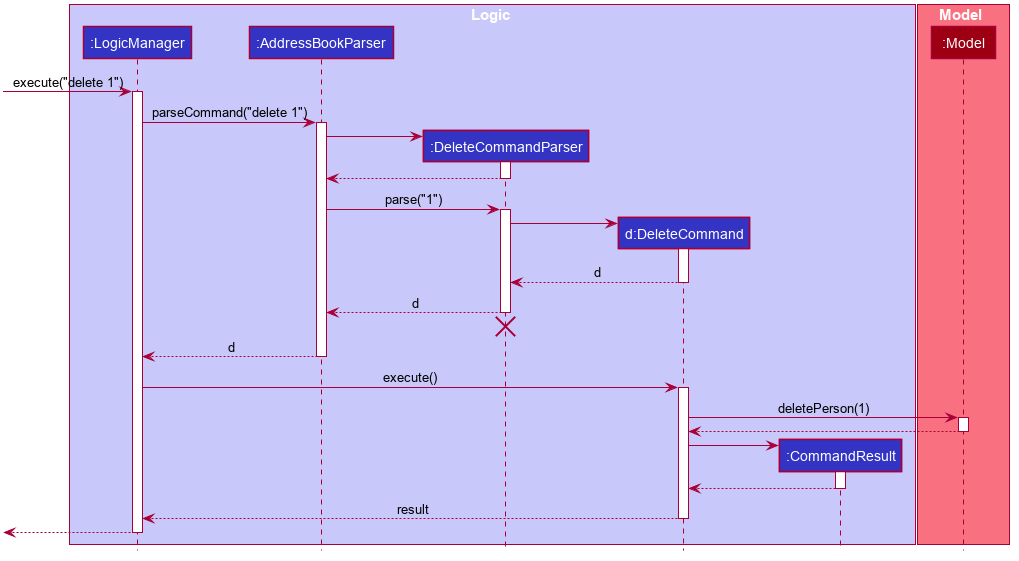
nus-cs2103-AY2021S2/tp keeps this PlantUML diagram as docs/images/DeleteSequenceDiagram.png. Above is the earlier version.
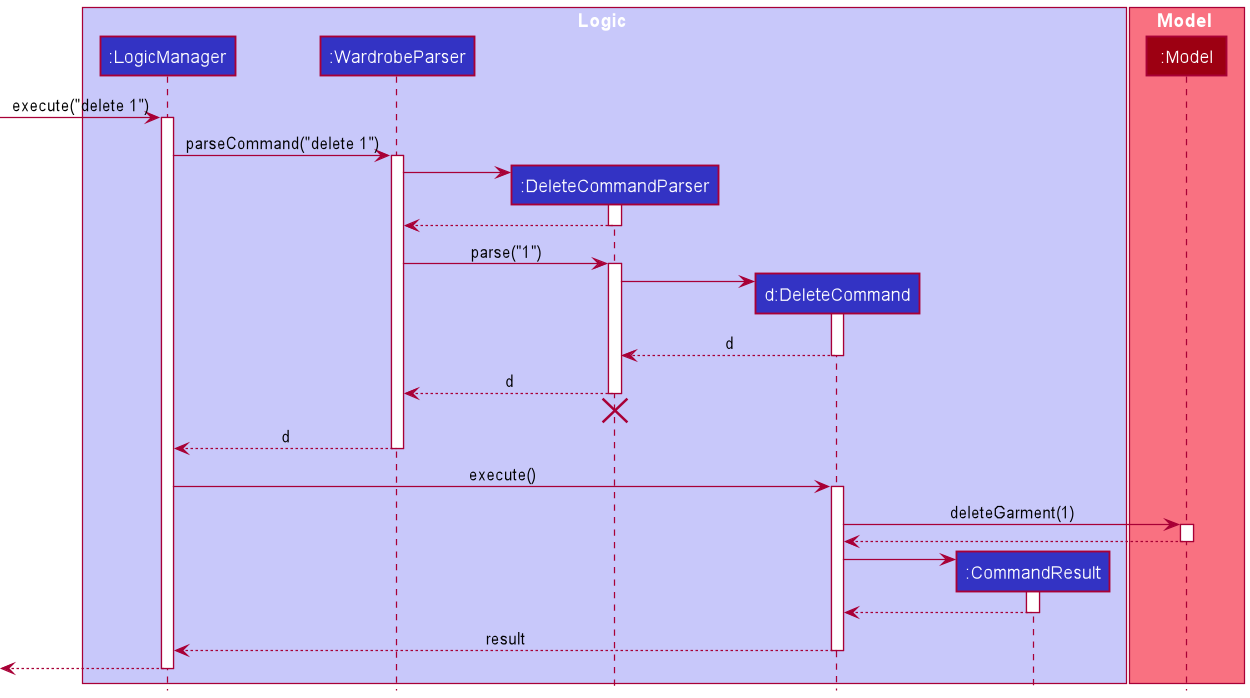
Above is the later version.

Diff of the diagram source:
```diff
@@ -1,79 +1,32 @@
 @startuml
+!include style.puml
 
-
-
-
-
-
-
-
-skinparam BackgroundColor #FFFFFFF
-
-skinparam Shadowing false
-
-skinparam Class {
-    FontColor #FFFFFF
-    BorderThickness 1
-    BorderColor #FFFFFF
-    StereotypeFontColor #FFFFFF
-    FontName Arial
-}
-
-skinparam Actor {
-    BorderColor #000000
-    Color #000000
-    FontName Arial
-}
-
-skinparam Sequence {
-    MessageAlign center
-    BoxFontSize 15
-    BoxPadding 0
-    BoxFontColor #FFFFFF
-    FontName Arial
-}
-
-skinparam Participant {
-    FontColor #FFFFFFF
-    Padding 20
-}
-
-skinparam MinClassWidth 50
-skinparam ParticipantPadding 10
-skinparam Shadowing false
-skinparam DefaultTextAlignment center
-skinparam packageStyle Rectangle
-
-hide footbox
-hide members
-hide circle
-
-box Logic #C8C8FA
-participant ":LogicManager" as LogicManager #3333C4
-participant ":AddressBookParser" as AddressBookParser #3333C4
-participant ":DeleteCommandParser" as DeleteCommandParser #3333C4
-participant "d:DeleteCommand" as DeleteCommand #3333C4
-participant ":CommandResult" as CommandResult #3333C4
+box Logic LOGIC_COLOR_T1
+participant ":LogicManager" as LogicManager LOGIC_COLOR
+participant ":WardrobeParser" as WardrobeParser LOGIC_COLOR
+participant ":DeleteCommandParser" as DeleteCommandParser LOGIC_COLOR
+participant "d:DeleteCommand" as DeleteCommand LOGIC_COLOR
+participant ":CommandResult" as CommandResult LOGIC_COLOR
 end box
 
-box Model #F97181
-participant ":Model" as Model #9D0012
+box Model MODEL_COLOR_T1
+participant ":Model" as Model MODEL_COLOR
 end box
 
 [-> LogicManager : execute("delete 1")
 activate LogicManager
 
-LogicManager -> AddressBookParser : parseCommand("delete 1")
-activate AddressBookParser
+LogicManager -> WardrobeParser : parseCommand("delete 1")
+activate WardrobeParser
 
 create DeleteCommandParser
-AddressBookParser -> DeleteCommandParser
+WardrobeParser -> DeleteCommandParser
 activate DeleteCommandParser
 
-DeleteCommandParser --> AddressBookParser
+DeleteCommandParser --> WardrobeParser
 deactivate DeleteCommandParser
 
-AddressBookParser -> DeleteCommandParser : parse("1")
+WardrobeParser -> DeleteCommandParser : parse("1")
 activate DeleteCommandParser
 
 create DeleteCommand
@@ -83,18 +36,18 @@
 DeleteCommand --> DeleteCommandParser : d
 deactivate DeleteCommand
 
-DeleteCommandParser --> AddressBookParser : d
+DeleteCommandParser --> WardrobeParser : d
 deactivate DeleteCommandParser
-DeleteCommandParser -[hidden]-> AddressBookParser
+DeleteCommandParser -[hidden]-> WardrobeParser
 destroy DeleteCommandParser
 
-AddressBookParser --> LogicManager : d
-deactivate AddressBookParser
+WardrobeParser --> LogicManager : d
+deactivate WardrobeParser
 
 LogicManager -> DeleteCommand : execute()
 activate DeleteCommand
 
-DeleteCommand -> Model : deletePerson(1)
+DeleteCommand -> Model : deleteGarment(1)
 activate Model
 
 Model --> DeleteCommand
```
